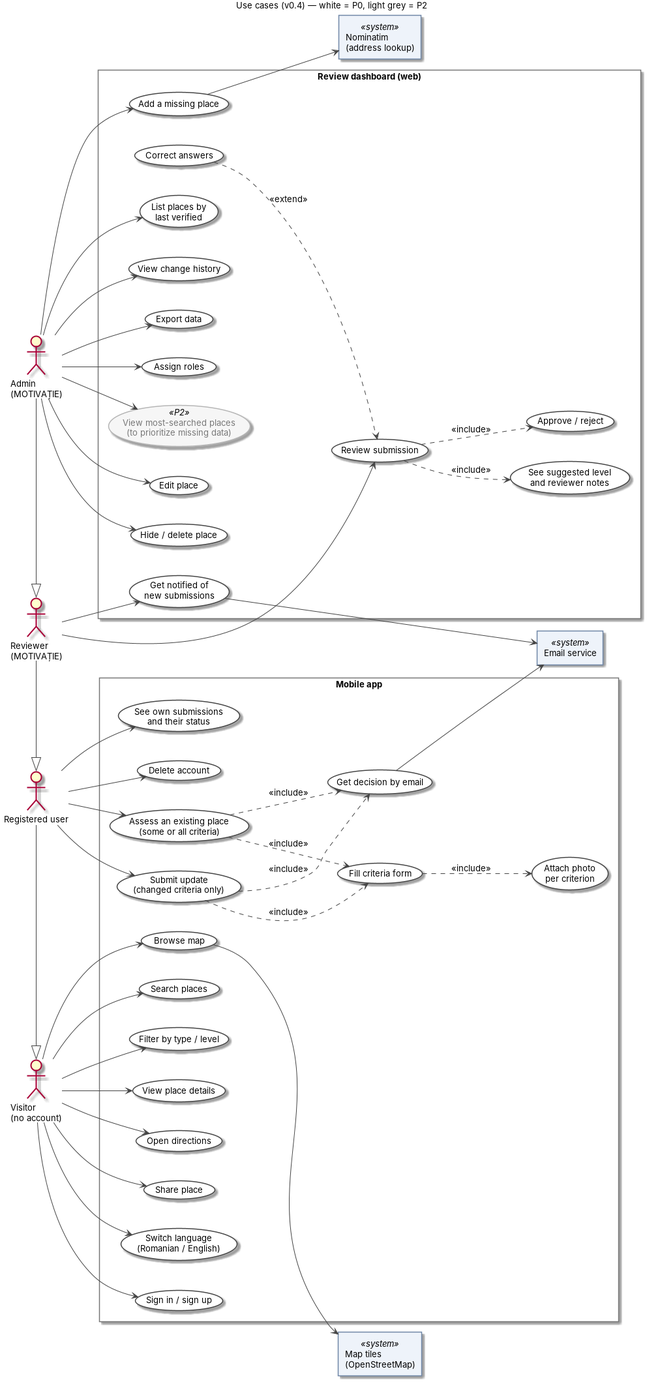
This is docs/architecture/06_use_case.png from marinelavoda/Accessibility-Map, a PlantUML export, as it was before one commit. Its source is kept beside it as docs/architecture/06_use_case.puml. Source of this version:
```plantuml
@startuml 06_use_case
!theme plain
skinparam defaultFontName Helvetica
skinparam defaultFontSize 13
skinparam nodesep 45
skinparam ranksep 55
skinparam ArrowColor #444444
left to right direction
skinparam actorStyle awesome
skinparam usecase {
  BackgroundColor #FFFFFF
  BorderColor #444444
  BackgroundColor<<P1>> #ECECEC
  BorderColor<<P1>> #8C8C8C
  BackgroundColor<<P2>> #F6F6F6
  BorderColor<<P2>> #B5B5B5
  FontColor<<P2>> #777777
}
skinparam rectangle {
  BorderColor #777777
  BackgroundColor<<system>> #EEF3FA
  BorderColor<<system>> #6F86A6
}
title Use cases (v0.4) — white = P0, light grey = P2

actor "Visitor\n(no account)" as Visitor
actor "Registered user" as User
actor "Reviewer\n(MOTIVAȚIE)" as Reviewer
actor "Admin\n(MOTIVAȚIE)" as Admin

rectangle "Map tiles\n(OpenStreetMap)" <<system>> as Tiles
rectangle "Nominatim\n(address lookup)" <<system>> as Nominatim
rectangle "Email service" <<system>> as Email

User -|> Visitor
Reviewer -|> User
Admin -|> Reviewer

rectangle "Mobile app" {
  usecase "Browse map" as UC_Map
  usecase "Search places" as UC_Search
  usecase "Filter by type / level" as UC_Filter
  usecase "View place details" as UC_View
  usecase "Open directions" as UC_Dir
  usecase "Share place" as UC_Share
  usecase "Switch language\n(Romanian / English)" as UC_Lang
  usecase "Sign in / sign up" as UC_Auth

  usecase "Assess an existing place\n(some or all criteria)" as UC_Assess
  usecase "Submit update\n(changed criteria only)" as UC_Update
  usecase "Fill criteria form" as UC_Form
  usecase "Attach photo\nper criterion" as UC_Photo
  usecase "See own submissions\nand their status" as UC_Mine
  usecase "Get decision by email" as UC_Notif
  usecase "Delete account" as UC_Delete
}

rectangle "Review dashboard (web)" {
  usecase "Get notified of\nnew submissions" as UC_NewSub
  usecase "Review submission" as UC_Rev
  usecase "See suggested level\nand reviewer notes" as UC_Score
  usecase "Correct answers" as UC_Correct
  usecase "Approve / reject" as UC_Decide

  usecase "Add a missing place" as UC_Add
  usecase "Edit place" as UC_Edit
  usecase "Hide / delete place" as UC_Hide
  usecase "List places by\nlast verified" as UC_Stale
  usecase "View change history" as UC_Hist
  usecase "Export data" as UC_Export
  usecase "Assign roles" as UC_Roles
  usecase "View most-searched places\n(to prioritize missing data)" as UC_Demand <<P2>>
}

Visitor --> UC_Map
Visitor --> UC_Search
Visitor --> UC_Filter
Visitor --> UC_View
Visitor --> UC_Dir
Visitor --> UC_Share
Visitor --> UC_Lang
Visitor --> UC_Auth

User --> UC_Assess
User --> UC_Update
User --> UC_Mine
User --> UC_Delete

UC_Assess ..> UC_Form : <<include>>
UC_Update ..> UC_Form : <<include>>
UC_Form ..> UC_Photo : <<include>>
UC_Assess ..> UC_Notif : <<include>>
UC_Update ..> UC_Notif : <<include>>

Reviewer --> UC_NewSub
Reviewer --> UC_Rev
UC_Rev ..> UC_Score : <<include>>
UC_Rev ..> UC_Decide : <<include>>
UC_Correct ..> UC_Rev : <<extend>>

Admin --> UC_Add
Admin --> UC_Edit
Admin --> UC_Hide
Admin --> UC_Stale
Admin --> UC_Hist
Admin --> UC_Export
Admin --> UC_Roles
Admin --> UC_Demand

UC_Map --> Tiles
UC_Add --> Nominatim
UC_Notif --> Email
UC_NewSub --> Email
@enduml
```
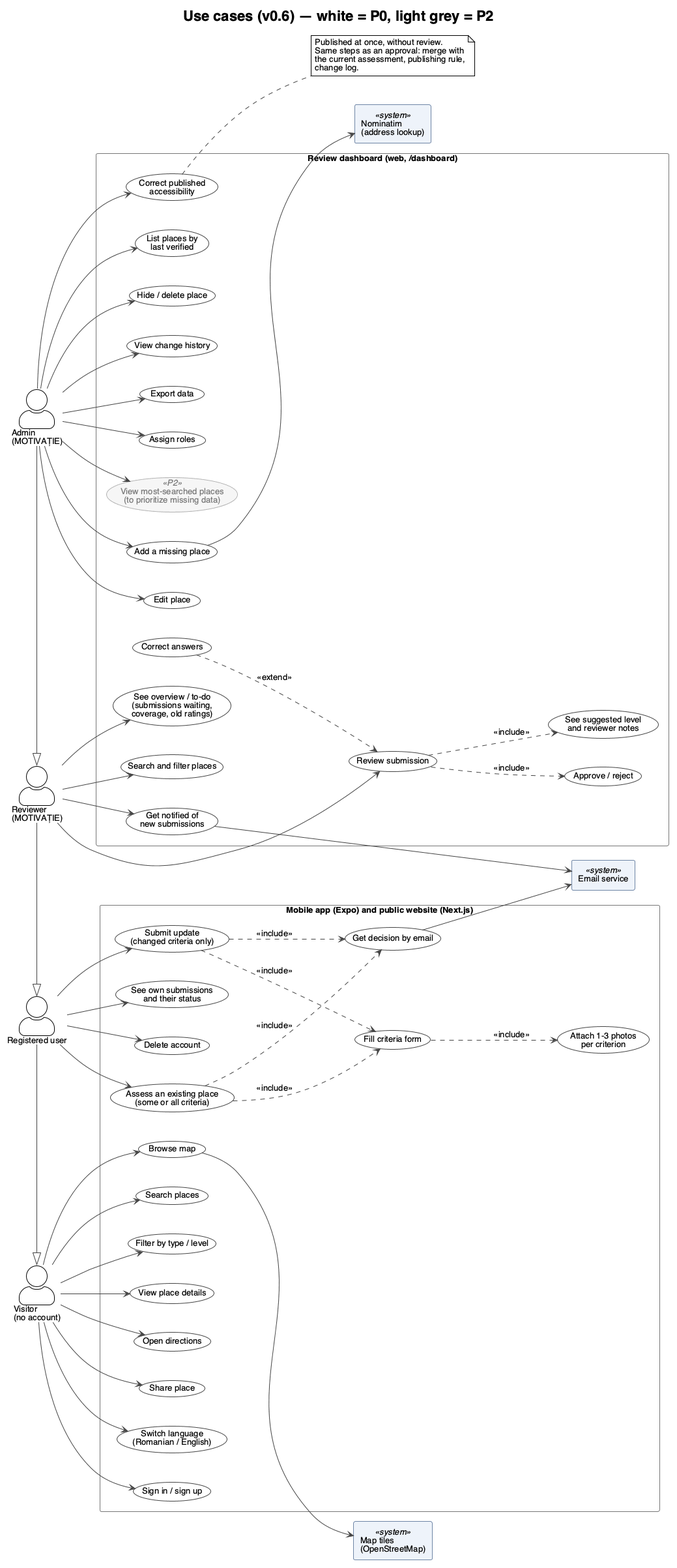
Later version of the same file.

What changed in the source:
```diff
@@ -21,7 +21,7 @@
   BackgroundColor<<system>> #EEF3FA
   BorderColor<<system>> #6F86A6
 }
-title Use cases (v0.4) — white = P0, light grey = P2
+title Use cases (v0.6) — white = P0, light grey = P2
 
 actor "Visitor\n(no account)" as Visitor
 actor "Registered user" as User
@@ -36,7 +36,7 @@
 Reviewer -|> User
 Admin -|> Reviewer
 
-rectangle "Mobile app" {
+rectangle "Mobile app (Expo) and public website (Next.js)" {
   usecase "Browse map" as UC_Map
   usecase "Search places" as UC_Search
   usecase "Filter by type / level" as UC_Filter
@@ -49,13 +49,15 @@
   usecase "Assess an existing place\n(some or all criteria)" as UC_Assess
   usecase "Submit update\n(changed criteria only)" as UC_Update
   usecase "Fill criteria form" as UC_Form
-  usecase "Attach photo\nper criterion" as UC_Photo
+  usecase "Attach 1–3 photos\nper criterion" as UC_Photo
   usecase "See own submissions\nand their status" as UC_Mine
   usecase "Get decision by email" as UC_Notif
   usecase "Delete account" as UC_Delete
 }
 
-rectangle "Review dashboard (web)" {
+rectangle "Review dashboard (web, /dashboard)" {
+  usecase "See overview / to-do\n(submissions waiting,\ncoverage, old ratings)" as UC_Overview
+  usecase "Search and filter places" as UC_Places
   usecase "Get notified of\nnew submissions" as UC_NewSub
   usecase "Review submission" as UC_Rev
   usecase "See suggested level\nand reviewer notes" as UC_Score
@@ -64,6 +66,7 @@
 
   usecase "Add a missing place" as UC_Add
   usecase "Edit place" as UC_Edit
+  usecase "Correct published\naccessibility" as UC_Fix
   usecase "Hide / delete place" as UC_Hide
   usecase "List places by\nlast verified" as UC_Stale
   usecase "View change history" as UC_Hist
@@ -92,6 +95,8 @@
 UC_Assess ..> UC_Notif : <<include>>
 UC_Update ..> UC_Notif : <<include>>
 
+Reviewer --> UC_Overview
+Reviewer --> UC_Places
 Reviewer --> UC_NewSub
 Reviewer --> UC_Rev
 UC_Rev ..> UC_Score : <<include>>
@@ -100,6 +105,7 @@
 
 Admin --> UC_Add
 Admin --> UC_Edit
+Admin --> UC_Fix
 Admin --> UC_Hide
 Admin --> UC_Stale
 Admin --> UC_Hist
@@ -107,6 +113,13 @@
 Admin --> UC_Roles
 Admin --> UC_Demand
 
+note right of UC_Fix
+  Published at once, without review.
+  Same steps as an approval: merge with
+  the current assessment, publishing rule,
+  change log.
+end note
+
 UC_Map --> Tiles
 UC_Add --> Nominatim
 UC_Notif --> Email
```
